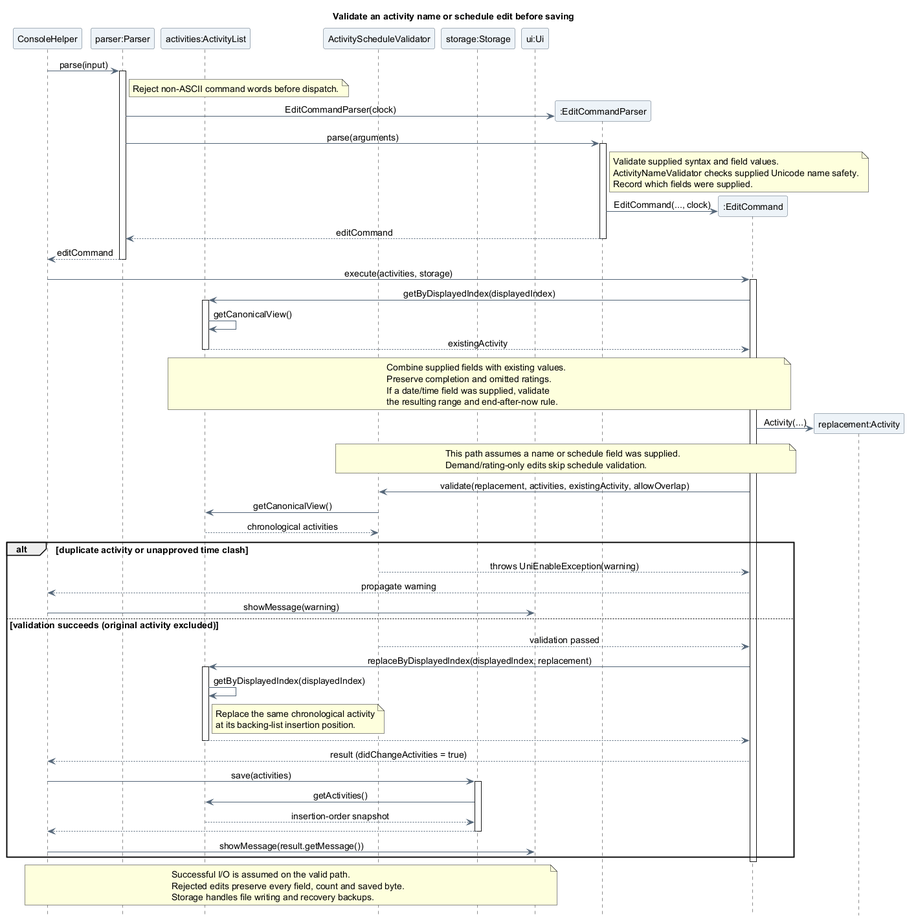
Above: docs/images/oliver/sequence/EditActivitySequence.png in AY2627S1-CS2113-T10-4/tp (PlantUML), before the change.
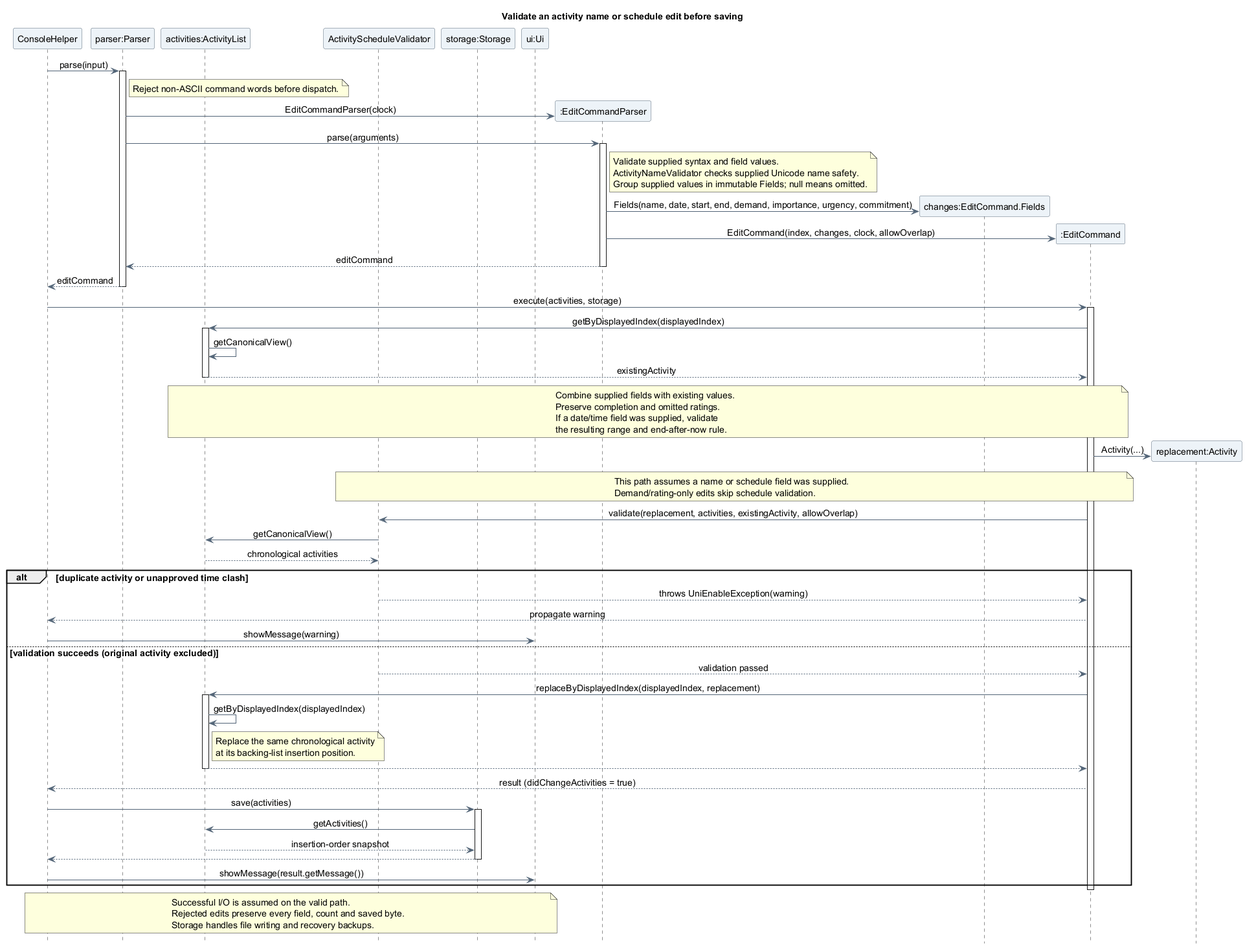
Above is the later version.

The edit, as a diff of the source:
```diff
@@ -29,10 +29,12 @@
 note right of EditParser
   Validate supplied syntax and field values.
   ActivityNameValidator checks supplied Unicode name safety.
-  Record which fields were supplied.
+  Group supplied values in immutable Fields; null means omitted.
 end note
+create participant "changes:EditCommand.Fields" as Changes
+EditParser -> Changes : Fields(name, date, start, end, demand, importance, urgency, commitment)
 create participant ":EditCommand" as Edit
-EditParser -> Edit : EditCommand(..., clock)
+EditParser -> Edit : EditCommand(index, changes, clock, allowOverlap)
 EditParser --> Parser : editCommand
 deactivate EditParser
 Parser --> Console : editCommand
```
